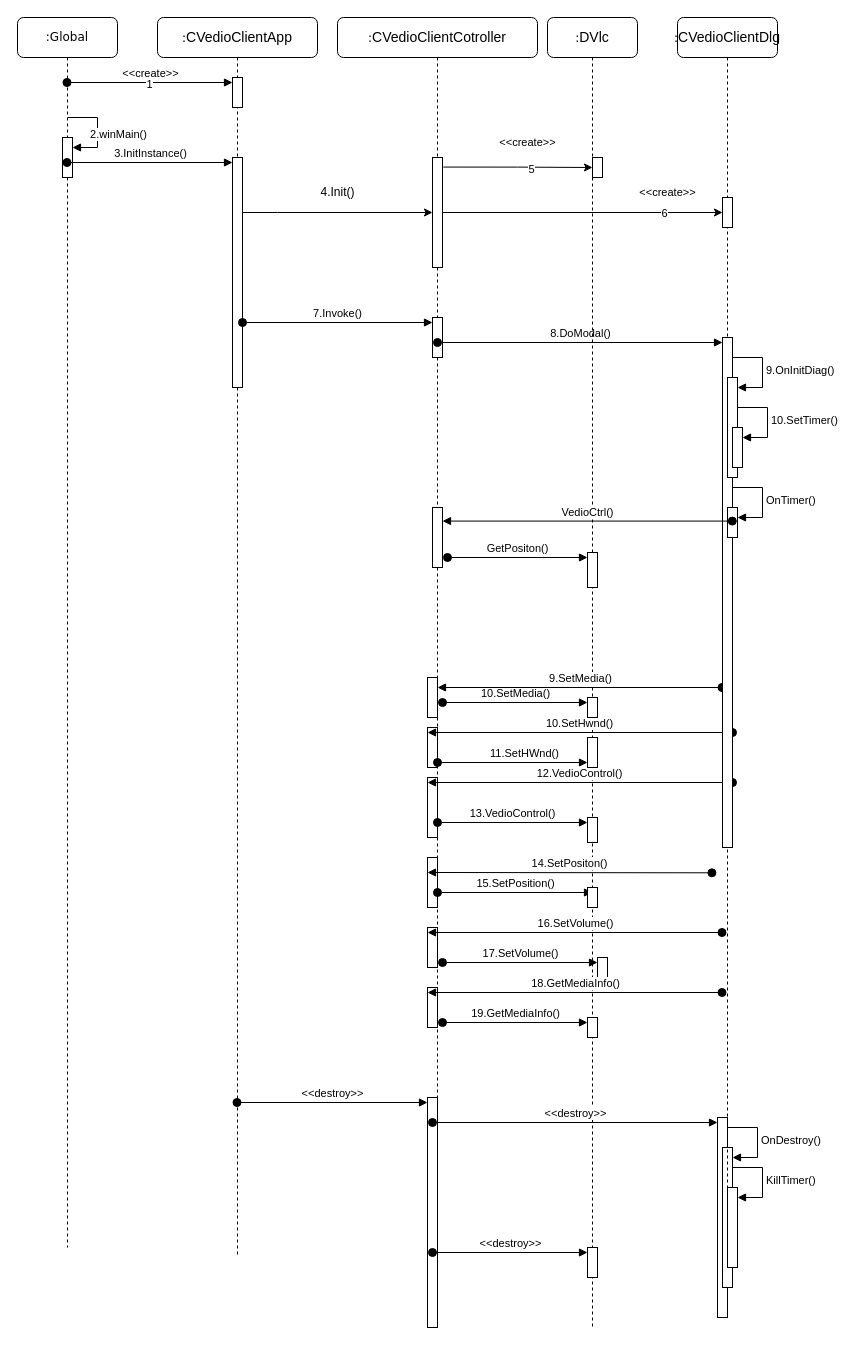
Before: vlc播放器时序图.drawio in Dylan52136/-, a draw.io diagram. Source tidied: cells renumbered, new cells numbered last; positions are measured from the earlier drawing's top-left corner, leaving out a move shared by most shapes. Both pictures are drawn from the tidied source at 100%, with x=0, y=0 at pixel (17, 17).
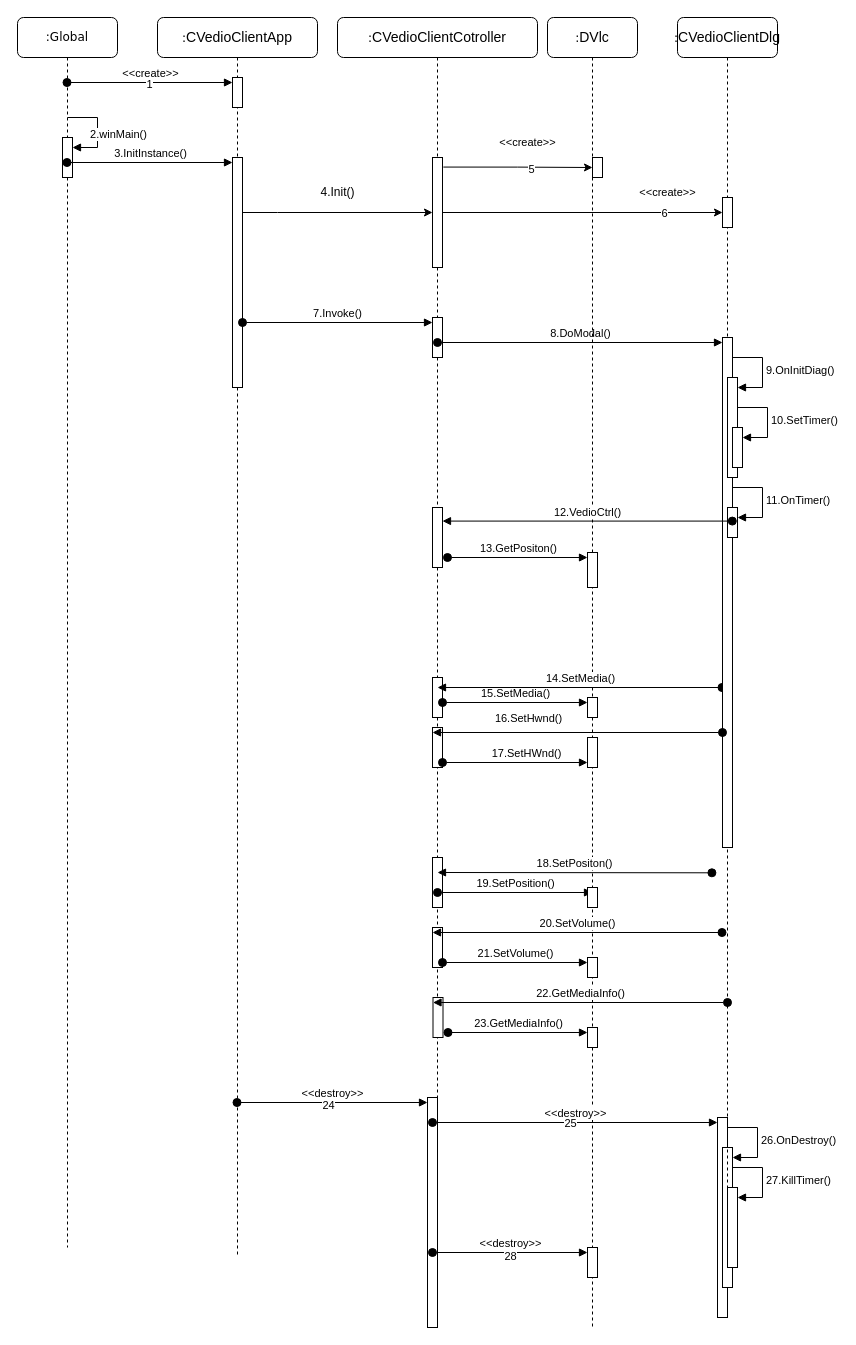
The same diagram, later.

Commit message (it also covers changes not shown here):
更新vlc播放器时序图.drawio

The change refers to these unchanged cells:
```xml
<mxCell id="6" value=":&lt;span style=&quot;font-family: Calibri; font-size: 10.5pt; background-color: initial;&quot;&gt;CVedioClientCotroller&lt;/span&gt;" style="shape=umlLifeline;perimeter=lifelinePerimeter;whiteSpace=wrap;html=1;rounded=1;shadow=0;comic=0;labelBackgroundColor=none;strokeWidth=1;fontFamily=Verdana;fontSize=12;align=center;" parent="1" vertex="1">
  <mxGeometry x="320" width="200" height="1230" as="geometry" />
</mxCell>
<mxCell id="12" style="html=1;points=[[0,0,0,0,5],[0,1,0,0,-5],[1,0,0,0,5],[1,1,0,0,-5]];perimeter=orthogonalPerimeter;outlineConnect=0;targetShapes=umlLifeline;portConstraint=eastwest;newEdgeStyle={&quot;curved&quot;:0,&quot;rounded&quot;:0};" parent="6" vertex="1">
  <mxGeometry x="95" y="490" width="10" height="60" as="geometry" />
</mxCell>
<mxCell id="14" value=":&lt;span style=&quot;font-family: Calibri; font-size: 10.5pt; background-color: initial;&quot;&gt;DVlc&lt;/span&gt;" style="shape=umlLifeline;perimeter=lifelinePerimeter;whiteSpace=wrap;html=1;rounded=1;shadow=0;comic=0;labelBackgroundColor=none;strokeWidth=1;fontFamily=Verdana;fontSize=12;align=center;" parent="1" vertex="1">
  <mxGeometry x="530" width="90" height="1310" as="geometry" />
</mxCell>
<mxCell id="25" value="&amp;lt;&amp;lt;destroy&amp;gt;&amp;gt;" style="html=1;verticalAlign=bottom;startArrow=oval;endArrow=block;startSize=8;curved=0;rounded=0;entryX=0;entryY=0;entryDx=0;entryDy=5;" parent="14" edge="1" target="40">
  <mxGeometry relative="1" as="geometry">
    <mxPoint x="-115" y="1105" as="sourcePoint" />
  </mxGeometry>
</mxCell>
<mxCell id="26" value="&amp;lt;&amp;lt;destroy&amp;gt;&amp;gt;" style="html=1;verticalAlign=bottom;startArrow=oval;endArrow=block;startSize=8;curved=0;rounded=0;entryX=0;entryY=0;entryDx=0;entryDy=5;" parent="14" edge="1" target="39">
  <mxGeometry relative="1" as="geometry">
    <mxPoint x="-115" y="1235" as="sourcePoint" />
  </mxGeometry>
</mxCell>
<mxCell id="32" style="html=1;points=[[0,0,0,0,5],[0,1,0,0,-5],[1,0,0,0,5],[1,1,0,0,-5]];perimeter=orthogonalPerimeter;outlineConnect=0;targetShapes=umlLifeline;portConstraint=eastwest;newEdgeStyle={&quot;curved&quot;:0,&quot;rounded&quot;:0};" parent="14" vertex="1">
  <mxGeometry x="40" y="680" width="10" height="20" as="geometry" />
</mxCell>
<mxCell id="33" style="html=1;points=[[0,0,0,0,5],[0,1,0,0,-5],[1,0,0,0,5],[1,1,0,0,-5]];perimeter=orthogonalPerimeter;outlineConnect=0;targetShapes=umlLifeline;portConstraint=eastwest;newEdgeStyle={&quot;curved&quot;:0,&quot;rounded&quot;:0};" parent="14" vertex="1">
  <mxGeometry x="40" y="720" width="10" height="30" as="geometry" />
</mxCell>
<mxCell id="41" style="html=1;points=[[0,0,0,0,5],[0,1,0,0,-5],[1,0,0,0,5],[1,1,0,0,-5]];perimeter=orthogonalPerimeter;outlineConnect=0;targetShapes=umlLifeline;portConstraint=eastwest;newEdgeStyle={&quot;curved&quot;:0,&quot;rounded&quot;:0};" parent="14" vertex="1">
  <mxGeometry x="175" y="1130" width="10" height="140" as="geometry" />
</mxCell>
<mxCell id="43" style="html=1;points=[[0,0,0,0,5],[0,1,0,0,-5],[1,0,0,0,5],[1,1,0,0,-5]];perimeter=orthogonalPerimeter;outlineConnect=0;targetShapes=umlLifeline;portConstraint=eastwest;newEdgeStyle={&quot;curved&quot;:0,&quot;rounded&quot;:0};" parent="14" vertex="1">
  <mxGeometry x="180" y="1170" width="10" height="80" as="geometry" />
</mxCell>
<mxCell id="49" style="html=1;points=[[0,0,0,0,5],[0,1,0,0,-5],[1,0,0,0,5],[1,1,0,0,-5]];perimeter=orthogonalPerimeter;outlineConnect=0;targetShapes=umlLifeline;portConstraint=eastwest;newEdgeStyle={&quot;curved&quot;:0,&quot;rounded&quot;:0};" parent="14" vertex="1">
  <mxGeometry x="40" y="535" width="10" height="35" as="geometry" />
</mxCell>
<mxCell id="50" value=":&lt;span style=&quot;font-family: Calibri; font-size: 10.5pt; background-color: initial;&quot;&gt;CVedioClientDlg&lt;/span&gt;" style="shape=umlLifeline;perimeter=lifelinePerimeter;whiteSpace=wrap;html=1;rounded=1;shadow=0;comic=0;labelBackgroundColor=none;strokeWidth=1;fontFamily=Verdana;fontSize=12;align=center;" parent="1" vertex="1">
  <mxGeometry x="660" width="100" height="1240" as="geometry" />
</mxCell>
<mxCell id="52" style="html=1;points=[[0,0,0,0,5],[0,1,0,0,-5],[1,0,0,0,5],[1,1,0,0,-5]];perimeter=orthogonalPerimeter;outlineConnect=0;targetShapes=umlLifeline;portConstraint=eastwest;newEdgeStyle={&quot;curved&quot;:0,&quot;rounded&quot;:0};" parent="50" vertex="1">
  <mxGeometry x="45" y="320" width="10" height="510" as="geometry" />
</mxCell>
<mxCell id="57" style="html=1;points=[[0,0,0,0,5],[0,1,0,0,-5],[1,0,0,0,5],[1,1,0,0,-5]];perimeter=orthogonalPerimeter;outlineConnect=0;targetShapes=umlLifeline;portConstraint=eastwest;newEdgeStyle={&quot;curved&quot;:0,&quot;rounded&quot;:0};" parent="50" vertex="1">
  <mxGeometry x="50" y="490" width="10" height="30" as="geometry" />
</mxCell>
<mxCell id="72" value="&amp;lt;&amp;lt;destroy&amp;gt;&amp;gt;" style="html=1;verticalAlign=bottom;startArrow=oval;endArrow=block;startSize=8;curved=0;rounded=0;entryX=0;entryY=0;entryDx=0;entryDy=5;" parent="1" edge="1" source="2" target="24">
  <mxGeometry relative="1" as="geometry" />
</mxCell>
```

Change to the diagram source:
```diff
@@
-    <mxCell id="13" value="GetPositon()" style="html=1;verticalAlign=bottom;startArrow=oval;endArrow=block;startSize=8;curved=0;rounded=0;entryX=0;entryY=0;entryDx=0;entryDy=5;" parent="6" edge="1" target="49">
-      <mxGeometry relative="1" as="geometry">
+    <mxCell id="13" value="13.GetPositon()" style="html=1;verticalAlign=bottom;startArrow=oval;endArrow=block;startSize=8;curved=0;rounded=0;entryX=0;entryY=0;entryDx=0;entryDy=5;" parent="6" edge="1" target="49">
+      <mxGeometry x="0.01" relative="1" as="geometry">
         <mxPoint x="110" y="540" as="sourcePoint" />
       </mxGeometry>
     </mxCell>
+    <mxCell id="16" style="html=1;perimeter=orthogonalPerimeter;targetShapes=umlLifeline;newEdgeStyle={&quot;curved&quot;:0,&quot;rounded&quot;:0};" parent="6" vertex="1">
+      <mxGeometry x="95" y="660" width="10" height="40" as="geometry" />
+    </mxCell>
+    <mxCell id="17" style="html=1;points=[[0,0,0,0,5],[0,1,0,0,-5],[1,0,0,0,5],[1,1,0,0,-5]];perimeter=orthogonalPerimeter;outlineConnect=0;targetShapes=umlLifeline;portConstraint=eastwest;newEdgeStyle={&quot;curved&quot;:0,&quot;rounded&quot;:0};" parent="6" vertex="1">
+      <mxGeometry x="95" y="710" width="10" height="40" as="geometry" />
+    </mxCell>
+    <mxCell id="19" style="html=1;perimeter=orthogonalPerimeter;targetShapes=umlLifeline;newEdgeStyle={&quot;curved&quot;:0,&quot;rounded&quot;:0};" parent="6" vertex="1">
+      <mxGeometry x="95" y="840" width="10" height="50" as="geometry" />
+    </mxCell>
+    <mxCell id="20" style="html=1;points=[[0,0,0,0,5],[0,1,0,0,-5],[1,0,0,0,5],[1,1,0,0,-5]];perimeter=orthogonalPerimeter;outlineConnect=0;targetShapes=umlLifeline;portConstraint=eastwest;newEdgeStyle={&quot;curved&quot;:0,&quot;rounded&quot;:0};" parent="6" vertex="1">
+      <mxGeometry x="95" y="910" width="10" height="40" as="geometry" />
+    </mxCell>
@@
-    <mxCell id="16" style="html=1;perimeter=orthogonalPerimeter;targetShapes=umlLifeline;newEdgeStyle={&quot;curved&quot;:0,&quot;rounded&quot;:0};" parent="14" vertex="1">
-      <mxGeometry x="-120" y="660" width="10" height="40" as="geometry" />
-    </mxCell>
-    <mxCell id="17" style="html=1;points=[[0,0,0,0,5],[0,1,0,0,-5],[1,0,0,0,5],[1,1,0,0,-5]];perimeter=orthogonalPerimeter;outlineConnect=0;targetShapes=umlLifeline;portConstraint=eastwest;newEdgeStyle={&quot;curved&quot;:0,&quot;rounded&quot;:0};" parent="14" vertex="1">
-      <mxGeometry x="-120" y="710" width="10" height="40" as="geometry" />
-    </mxCell>
-    <mxCell id="18" style="html=1;points=[[0,0,0,0,5],[0,1,0,0,-5],[1,0,0,0,5],[1,1,0,0,-5]];perimeter=orthogonalPerimeter;outlineConnect=0;targetShapes=umlLifeline;portConstraint=eastwest;newEdgeStyle={&quot;curved&quot;:0,&quot;rounded&quot;:0};" parent="14" vertex="1">
-      <mxGeometry x="-120" y="760" width="10" height="60" as="geometry" />
-    </mxCell>
-    <mxCell id="19" style="html=1;perimeter=orthogonalPerimeter;targetShapes=umlLifeline;newEdgeStyle={&quot;curved&quot;:0,&quot;rounded&quot;:0};" parent="14" vertex="1">
-      <mxGeometry x="-120" y="840" width="10" height="50" as="geometry" />
-    </mxCell>
-    <mxCell id="20" style="html=1;points=[[0,0,0,0,5],[0,1,0,0,-5],[1,0,0,0,5],[1,1,0,0,-5]];perimeter=orthogonalPerimeter;outlineConnect=0;targetShapes=umlLifeline;portConstraint=eastwest;newEdgeStyle={&quot;curved&quot;:0,&quot;rounded&quot;:0};" parent="14" vertex="1">
-      <mxGeometry x="-120" y="910" width="10" height="40" as="geometry" />
-    </mxCell>
-    <mxCell id="21" value="14.SetPositon()" style="html=1;verticalAlign=bottom;startArrow=oval;endArrow=block;startSize=8;curved=0;rounded=0;exitX=0.543;exitY=0.899;exitDx=0;exitDy=0;exitPerimeter=0;" parent="14" edge="1">
+    <mxCell id="21" value="18.SetPositon()" style="html=1;verticalAlign=bottom;startArrow=oval;endArrow=block;startSize=8;curved=0;rounded=0;" parent="14" edge="1">
       <mxGeometry relative="1" as="geometry">
         <mxPoint x="164.4" y="855.3" as="sourcePoint" />
-        <mxPoint x="-120" y="855" as="targetPoint" />
+        <mxPoint x="-110" y="855" as="targetPoint" />
       </mxGeometry>
     </mxCell>
-    <mxCell id="22" value="15.SetPosition()" style="html=1;verticalAlign=bottom;startArrow=oval;endArrow=block;startSize=8;curved=0;rounded=0;entryX=0;entryY=0;entryDx=0;entryDy=5;" parent="14" edge="1">
+    <mxCell id="22" value="19.SetPosition()" style="html=1;verticalAlign=bottom;startArrow=oval;endArrow=block;startSize=8;curved=0;rounded=0;entryX=0;entryY=0;entryDx=0;entryDy=5;entryPerimeter=0;" parent="14" edge="1">
       <mxGeometry relative="1" as="geometry">
         <mxPoint x="-110" y="875" as="sourcePoint" />
         <mxPoint x="45" y="875" as="targetPoint" />
       </mxGeometry>
     </mxCell>
     <mxCell id="23" style="html=1;points=[[0,0,0,0,5],[0,1,0,0,-5],[1,0,0,0,5],[1,1,0,0,-5]];perimeter=orthogonalPerimeter;outlineConnect=0;targetShapes=umlLifeline;portConstraint=eastwest;newEdgeStyle={&quot;curved&quot;:0,&quot;rounded&quot;:0};" parent="14" vertex="1">
-      <mxGeometry x="-120" y="970" width="10" height="40" as="geometry" />
+      <mxGeometry x="-114.5" y="980" width="10" height="40" as="geometry" />
     </mxCell>
@@
+    <mxCell id="74" value="25" style="edgeLabel;html=1;align=center;verticalAlign=middle;" parent="25" vertex="1">
+      <mxGeometry x="-0.04" relative="1" as="geometry" />
+    </mxCell>
@@
+    <mxCell id="75" value="28" style="edgeLabel;html=1;align=center;verticalAlign=middle;" parent="26" vertex="1">
+      <mxGeometry x="-0.01" y="-3" relative="1" as="geometry" />
+    </mxCell>
-    <mxCell id="27" value="10.SetMedia()" style="html=1;verticalAlign=bottom;startArrow=oval;endArrow=block;startSize=8;curved=0;rounded=0;entryX=0;entryY=0;entryDx=0;entryDy=5;" parent="14" edge="1" target="32">
+    <mxCell id="27" value="15.SetMedia()" style="html=1;verticalAlign=bottom;startArrow=oval;endArrow=block;startSize=8;curved=0;rounded=0;entryX=0;entryY=0;entryDx=0;entryDy=5;" parent="14" edge="1" target="32">
       <mxGeometry relative="1" as="geometry">
         <mxPoint x="-105" y="685" as="sourcePoint" />
       </mxGeometry>
     </mxCell>
-    <mxCell id="28" value="17.SetVolume()" style="html=1;verticalAlign=bottom;startArrow=oval;endArrow=block;startSize=8;curved=0;rounded=0;entryX=0;entryY=0;entryDx=0;entryDy=5;" parent="14" edge="1" target="36">
+    <mxCell id="28" value="21.SetVolume()" style="html=1;verticalAlign=bottom;startArrow=oval;endArrow=block;startSize=8;curved=0;rounded=0;entryX=0;entryY=0;entryDx=0;entryDy=5;" parent="14" edge="1" target="36">
       <mxGeometry relative="1" as="geometry">
         <mxPoint x="-105" y="945" as="sourcePoint" />
       </mxGeometry>
     </mxCell>
-    <mxCell id="29" value="19.GetMediaInfo()" style="html=1;verticalAlign=bottom;startArrow=oval;endArrow=block;startSize=8;curved=0;rounded=0;entryX=0;entryY=0;entryDx=0;entryDy=5;" parent="14" edge="1" target="37">
+    <mxCell id="29" value="23.GetMediaInfo()" style="html=1;verticalAlign=bottom;startArrow=oval;endArrow=block;startSize=8;curved=0;rounded=0;entryX=0;entryY=0;entryDx=0;entryDy=5;" parent="14" edge="1" target="37">
       <mxGeometry relative="1" as="geometry">
-        <mxPoint x="-105" y="1005" as="sourcePoint" />
+        <mxPoint x="-99.5" y="1015" as="sourcePoint" />
       </mxGeometry>
     </mxCell>
-    <mxCell id="30" value="10.SetHwnd()" style="html=1;verticalAlign=bottom;startArrow=oval;endArrow=block;startSize=8;curved=0;rounded=0;entryX=0;entryY=0;entryDx=0;entryDy=5;" parent="14" edge="1" target="17">
-      <mxGeometry relative="1" as="geometry">
-        <mxPoint x="185" y="715" as="sourcePoint" />
-      </mxGeometry>
-    </mxCell>
-    <mxCell id="31" value="12.VedioControl()" style="html=1;verticalAlign=bottom;startArrow=oval;endArrow=block;startSize=8;curved=0;rounded=0;entryX=0;entryY=0;entryDx=0;entryDy=5;" parent="14" edge="1" target="18">
-      <mxGeometry relative="1" as="geometry">
-        <mxPoint x="185" y="765" as="sourcePoint" />
-      </mxGeometry>
-    </mxCell>
@@
-    <mxCell id="34" style="html=1;points=[[0,0,0,0,5],[0,1,0,0,-5],[1,0,0,0,5],[1,1,0,0,-5]];perimeter=orthogonalPerimeter;outlineConnect=0;targetShapes=umlLifeline;portConstraint=eastwest;newEdgeStyle={&quot;curved&quot;:0,&quot;rounded&quot;:0};" parent="14" vertex="1">
-      <mxGeometry x="40" y="800" width="10" height="25" as="geometry" />
-    </mxCell>
@@
     <mxCell id="36" style="html=1;points=[[0,0,0,0,5],[0,1,0,0,-5],[1,0,0,0,5],[1,1,0,0,-5]];perimeter=orthogonalPerimeter;outlineConnect=0;targetShapes=umlLifeline;portConstraint=eastwest;newEdgeStyle={&quot;curved&quot;:0,&quot;rounded&quot;:0};" parent="14" vertex="1">
-      <mxGeometry x="50" y="940" width="10" height="20" as="geometry" />
+      <mxGeometry x="40" y="940" width="10" height="20" as="geometry" />
     </mxCell>
     <mxCell id="37" style="html=1;points=[[0,0,0,0,5],[0,1,0,0,-5],[1,0,0,0,5],[1,1,0,0,-5]];perimeter=orthogonalPerimeter;outlineConnect=0;targetShapes=umlLifeline;portConstraint=eastwest;newEdgeStyle={&quot;curved&quot;:0,&quot;rounded&quot;:0};" parent="14" vertex="1">
-      <mxGeometry x="40" y="1000" width="10" height="20" as="geometry" />
+      <mxGeometry x="40" y="1010" width="10" height="20" as="geometry" />
     </mxCell>
-    <mxCell id="38" value="9.SetMedia()" style="html=1;verticalAlign=bottom;startArrow=oval;endArrow=block;startSize=8;curved=0;rounded=0;entryX=0;entryY=0;entryDx=0;entryDy=5;" parent="14" edge="1">
+    <mxCell id="38" value="14.SetMedia()" style="html=1;verticalAlign=bottom;startArrow=oval;endArrow=block;startSize=8;curved=0;rounded=0;entryX=0;entryY=0;entryDx=0;entryDy=5;" parent="14" edge="1">
       <mxGeometry relative="1" as="geometry">
         <mxPoint x="174.5" y="670" as="sourcePoint" />
         <mxPoint x="-110" y="670" as="targetPoint" />
       </mxGeometry>
     </mxCell>
@@
-    <mxCell id="42" value="OnDestroy()" style="html=1;align=left;spacingLeft=2;endArrow=block;rounded=0;edgeStyle=orthogonalEdgeStyle;curved=0;rounded=0;" parent="14" edge="1" target="41">
+    <mxCell id="42" value="26.OnDestroy()" style="html=1;align=left;spacingLeft=2;endArrow=block;rounded=0;edgeStyle=orthogonalEdgeStyle;curved=0;rounded=0;" parent="14" edge="1" target="41">
       <mxGeometry relative="1" as="geometry">
         <mxPoint x="180" y="1110" as="sourcePoint" />
         <Array as="points">
           <mxPoint x="210" y="1140" />
         </Array>
       </mxGeometry>
     </mxCell>
@@
-    <mxCell id="44" value="KillTimer()" style="html=1;align=left;spacingLeft=2;endArrow=block;rounded=0;edgeStyle=orthogonalEdgeStyle;curved=0;rounded=0;" parent="14" edge="1" target="43">
+    <mxCell id="44" value="27.KillTimer()" style="html=1;align=left;spacingLeft=2;endArrow=block;rounded=0;edgeStyle=orthogonalEdgeStyle;curved=0;rounded=0;" parent="14" edge="1" target="43">
       <mxGeometry relative="1" as="geometry">
         <mxPoint x="185" y="1150" as="sourcePoint" />
         <Array as="points">
           <mxPoint x="215" y="1180" />
         </Array>
       </mxGeometry>
     </mxCell>
-    <mxCell id="45" value="11.SetHWnd()" style="html=1;verticalAlign=bottom;startArrow=oval;endArrow=block;startSize=8;curved=0;rounded=0;exitX=1;exitY=1;exitDx=0;exitDy=-5;exitPerimeter=0;" parent="14" edge="1" source="17" target="33">
-      <mxGeometry x="0.16" relative="1" as="geometry" />
-    </mxCell>
-    <mxCell id="46" value="13.VedioControl()" style="html=1;verticalAlign=bottom;startArrow=oval;endArrow=block;startSize=8;curved=0;rounded=0;entryX=0;entryY=0;entryDx=0;entryDy=5;" parent="14" edge="1" source="18" target="34">
-      <mxGeometry relative="1" as="geometry" />
-    </mxCell>
-    <mxCell id="47" value="16.SetVolume()" style="html=1;verticalAlign=bottom;startArrow=oval;endArrow=block;startSize=8;curved=0;rounded=0;entryX=0;entryY=0;entryDx=0;entryDy=5;" parent="14" edge="1" target="20">
+    <mxCell id="47" value="20.SetVolume()" style="html=1;verticalAlign=bottom;startArrow=oval;endArrow=block;startSize=8;curved=0;rounded=0;entryX=0;entryY=0;entryDx=0;entryDy=5;" parent="14" edge="1" target="20">
       <mxGeometry relative="1" as="geometry">
         <mxPoint x="174.5" y="915" as="sourcePoint" />
       </mxGeometry>
     </mxCell>
-    <mxCell id="48" value="18.GetMediaInfo()" style="html=1;verticalAlign=bottom;startArrow=oval;endArrow=block;startSize=8;curved=0;rounded=0;entryX=0;entryY=0;entryDx=0;entryDy=5;" parent="14" edge="1" target="23">
+    <mxCell id="48" value="22.GetMediaInfo()" style="html=1;verticalAlign=bottom;startArrow=oval;endArrow=block;startSize=8;curved=0;rounded=0;entryX=0;entryY=0;entryDx=0;entryDy=5;" parent="14" edge="1" target="23">
       <mxGeometry relative="1" as="geometry">
-        <mxPoint x="174.5" y="975" as="sourcePoint" />
+        <mxPoint x="180" y="985" as="sourcePoint" />
       </mxGeometry>
     </mxCell>
@@
-    <mxCell id="58" value="OnTimer()" style="html=1;align=left;spacingLeft=2;endArrow=block;rounded=0;edgeStyle=orthogonalEdgeStyle;curved=0;rounded=0;" parent="50" edge="1" target="57">
-      <mxGeometry x="0.01" relative="1" as="geometry">
+    <mxCell id="58" value="11.OnTimer()" style="html=1;align=left;spacingLeft=2;endArrow=block;rounded=0;edgeStyle=orthogonalEdgeStyle;curved=0;rounded=0;" parent="50" edge="1" target="57">
+      <mxGeometry x="0.02" relative="1" as="geometry">
         <mxPoint x="55" y="470" as="sourcePoint" />
         <Array as="points">
           <mxPoint x="85" y="500" />
         </Array>
       </mxGeometry>
     </mxCell>
@@
+    <mxCell id="76" value="24" style="edgeLabel;html=1;align=center;verticalAlign=middle;" parent="72" vertex="1">
+      <mxGeometry x="-0.04" y="-2" relative="1" as="geometry" />
+    </mxCell>
-    <mxCell id="73" value="VedioCtrl()" style="html=1;verticalAlign=bottom;startArrow=oval;endArrow=block;startSize=8;curved=0;rounded=0;exitX=0.48;exitY=0.453;exitDx=0;exitDy=0;exitPerimeter=0;" parent="1" edge="1" source="57" target="12">
+    <mxCell id="73" value="12.VedioCtrl()" style="html=1;verticalAlign=bottom;startArrow=oval;endArrow=block;startSize=8;curved=0;rounded=0;exitX=0.48;exitY=0.453;exitDx=0;exitDy=0;exitPerimeter=0;" parent="1" edge="1" source="57" target="12">
       <mxGeometry relative="1" as="geometry" />
     </mxCell>
+    <mxCell id="30" value="16.SetHwnd()" style="html=1;verticalAlign=bottom;startArrow=oval;endArrow=block;startSize=8;curved=0;rounded=0;entryX=0;entryY=0;entryDx=0;entryDy=5;" parent="1" edge="1" source="52" target="17">
+      <mxGeometry x="0.34" y="-5" relative="1" as="geometry" />
+    </mxCell>
+    <mxCell id="45" value="17.SetHWnd()" style="html=1;verticalAlign=bottom;startArrow=oval;endArrow=block;startSize=8;curved=0;rounded=0;exitX=1;exitY=1;exitDx=0;exitDy=-5;exitPerimeter=0;" parent="1" edge="1" source="17" target="33">
+      <mxGeometry x="0.16" relative="1" as="geometry" />
+    </mxCell>
```
